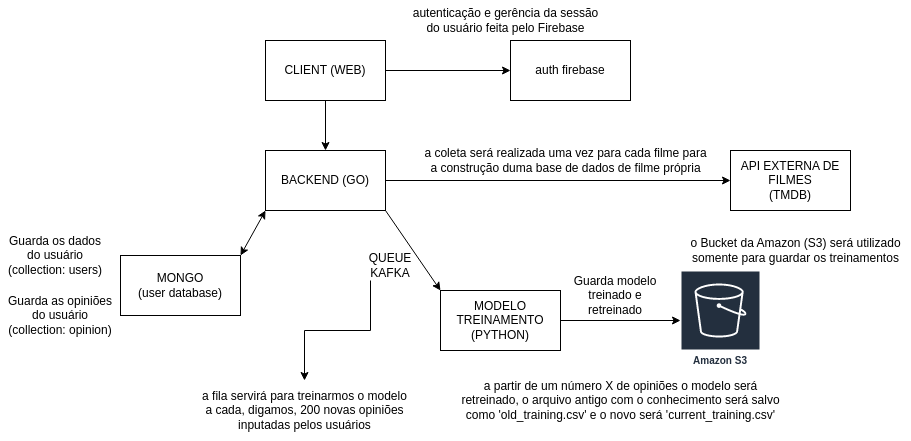
diegolikescode/themoviebakery-backend keeps this draw.io diagram as assets/overall-arch.png. Above is the earlier version. Source tidied: cells renumbered, new cells last; positions are measured from the earlier drawing's top-left corner, leaving out a move shared by most shapes.
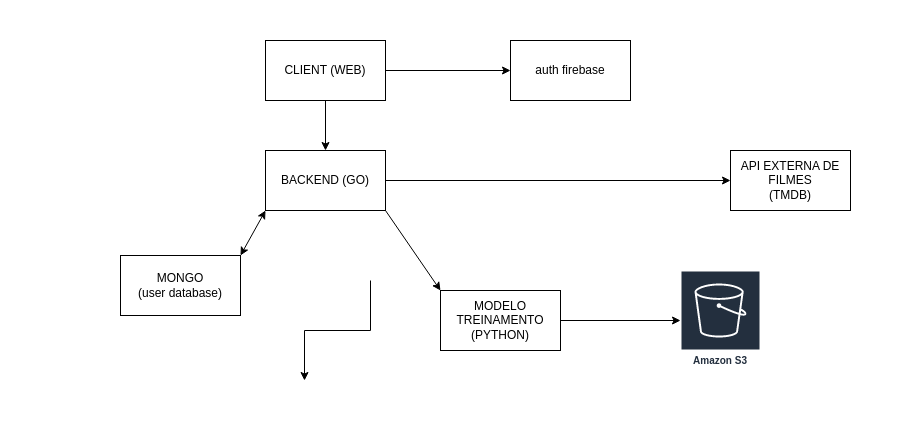
The same file after the commit.

Change to the diagram source:
```diff
@@ -37,7 +37,7 @@
         </Array>
       </mxGeometry>
     </mxCell>
-    <mxCell id="12" value="QUEUE KAFKA" style="text;html=1;strokeColor=none;fillColor=none;align=center;verticalAlign=middle;whiteSpace=wrap;rounded=0;" parent="1" vertex="1">
+    <mxCell id="12" value="QUEUE KAFKA" style="text;html=1;strokeColor=none;fillColor=none;align=center;verticalAlign=middle;whiteSpace=wrap;rounded=0;fontColor=#fff;" parent="1" vertex="1">
       <mxGeometry x="360" y="250" width="60" height="30" as="geometry" />
     </mxCell>
     <mxCell id="13" value="Amazon S3" style="sketch=0;outlineConnect=0;fontColor=#232F3E;gradientColor=none;strokeColor=#ffffff;fillColor=#232F3E;dashed=0;verticalLabelPosition=middle;verticalAlign=bottom;align=center;html=1;whiteSpace=wrap;fontSize=10;fontStyle=1;spacing=3;shape=mxgraph.aws4.productIcon;prIcon=mxgraph.aws4.s3;" parent="1" vertex="1">
@@ -46,34 +46,34 @@
     <mxCell id="14" style="endArrow=classic;html=1;rounded=0;exitX=1;exitY=0.5;exitDx=0;exitDy=0;" parent="1" edge="1" source="7" target="13">
       <mxGeometry relative="1" as="geometry" />
     </mxCell>
-    <mxCell id="15" value="Guarda modelo treinado e retreinado" style="text;html=1;strokeColor=none;fillColor=none;align=center;verticalAlign=middle;whiteSpace=wrap;rounded=0;" parent="1" vertex="1">
+    <mxCell id="15" value="Guarda modelo treinado e retreinado" style="text;html=1;strokeColor=none;fillColor=none;align=center;verticalAlign=middle;whiteSpace=wrap;rounded=0;fontColor=#fff;" parent="1" vertex="1">
       <mxGeometry x="570" y="280" width="90" height="30" as="geometry" />
     </mxCell>
-    <mxCell id="16" value="Guarda os dados do usuário (collection: users)" style="text;html=1;strokeColor=none;fillColor=none;align=center;verticalAlign=middle;whiteSpace=wrap;rounded=0;" parent="1" vertex="1">
+    <mxCell id="16" value="Guarda os dados do usuário (collection: users)" style="text;html=1;strokeColor=none;fillColor=none;align=center;verticalAlign=middle;whiteSpace=wrap;rounded=0;fontColor=#fff;" parent="1" vertex="1">
       <mxGeometry y="240" width="110" height="30" as="geometry" />
     </mxCell>
     <mxCell id="17" value="API EXTERNA DE FILMES&lt;br&gt;(TMDB)" style="rounded=0;whiteSpace=wrap;html=1;" parent="1" vertex="1">
       <mxGeometry x="730" y="150" width="120" height="60" as="geometry" />
     </mxCell>
-    <mxCell id="18" value="a coleta será realizada uma vez para cada filme para &lt;br&gt;a construção duma base de dados de filme própria" style="text;html=1;align=center;verticalAlign=middle;strokeColor=none;fillColor=none;" parent="1" vertex="1">
+    <mxCell id="18" value="a coleta será realizada uma vez para cada filme para &lt;br&gt;a construção duma base de dados de filme própria" style="text;html=1;align=center;verticalAlign=middle;strokeColor=none;fillColor=none;fontColor=#fff;" parent="1" vertex="1">
       <mxGeometry x="410" y="140" width="310" height="40" as="geometry" />
     </mxCell>
-    <mxCell id="19" value="a fila servirá para treinarmos o modelo a cada, digamos, 200 novas opiniões inputadas pelos usuários" style="text;html=1;strokeColor=none;fillColor=none;align=center;verticalAlign=middle;whiteSpace=wrap;rounded=0;" parent="1" vertex="1">
+    <mxCell id="19" value="a fila servirá para treinarmos o modelo a cada, digamos, 200 novas opiniões inputadas pelos usuários" style="text;html=1;strokeColor=none;fillColor=none;align=center;verticalAlign=middle;whiteSpace=wrap;rounded=0;fontColor=#fff;" parent="1" vertex="1">
       <mxGeometry x="197.5" y="380" width="212.5" height="60" as="geometry" />
     </mxCell>
     <mxCell id="20" value="auth firebase" style="rounded=0;whiteSpace=wrap;html=1;" parent="1" vertex="1">
       <mxGeometry x="510" y="40" width="120" height="60" as="geometry" />
     </mxCell>
-    <mxCell id="21" value="autenticação e gerência da sessão&lt;br&gt;do usuário feita pelo Firebase" style="text;html=1;align=center;verticalAlign=middle;strokeColor=none;fillColor=none;" parent="1" vertex="1">
+    <mxCell id="21" value="&lt;font style=&quot;--darkreader-inline-color:#e8e6e3;&quot;&gt;autenticação e gerência da sessão&lt;br&gt;do usuário feita pelo Firebase&lt;/font&gt;" style="text;html=1;align=center;verticalAlign=middle;strokeColor=none;fillColor=none;fontColor=#fff;" parent="1" vertex="1">
       <mxGeometry x="400" width="210" height="40" as="geometry" />
     </mxCell>
-    <mxCell id="22" value="a partir de um número X de opiniões o modelo será&lt;br&gt;retreinado, o arquivo antigo com o conhecimento será salvo&lt;br&gt;como 'old_training.csv' e o novo será 'current_training.csv'" style="text;html=1;align=center;verticalAlign=middle;strokeColor=none;fillColor=none;" parent="1" vertex="1">
+    <mxCell id="22" value="&lt;font style=&quot;--darkreader-inline-color:#e8e6e3;&quot;&gt;a partir de um número X de opiniões o modelo será&lt;br&gt;retreinado, o arquivo antigo com o conhecimento será salvo&lt;br&gt;como 'old_training.csv' e o novo será 'current_training.csv'&lt;/font&gt;" style="text;html=1;align=center;verticalAlign=middle;strokeColor=none;fillColor=none;fontColor=#fff;" parent="1" vertex="1">
       <mxGeometry x="450" y="370" width="340" height="60" as="geometry" />
     </mxCell>
-    <mxCell id="23" value="o Bucket da Amazon (S3) será utilizado&lt;br&gt;somente para guardar os treinamentos" style="text;html=1;align=center;verticalAlign=middle;strokeColor=none;fillColor=none;" parent="1" vertex="1">
+    <mxCell id="23" value="&lt;font style=&quot;--darkreader-inline-color:#e8e6e3;&quot;&gt;o Bucket da Amazon (S3) será utilizado&lt;br&gt;somente para guardar os treinamentos&lt;/font&gt;" style="text;html=1;align=center;verticalAlign=middle;strokeColor=none;fillColor=none;fontColor=#fff;" parent="1" vertex="1">
       <mxGeometry x="680" y="230" width="230" height="40" as="geometry" />
     </mxCell>
-    <mxCell id="24" value="Guarda as opiniões do usuário&lt;br&gt;(collection: opinion)" style="text;html=1;strokeColor=none;fillColor=none;align=center;verticalAlign=middle;whiteSpace=wrap;rounded=0;" parent="1" vertex="1">
+    <mxCell id="24" value="Guarda as opiniões do usuário&lt;br&gt;(collection: opinion)" style="text;html=1;strokeColor=none;fillColor=none;align=center;verticalAlign=middle;whiteSpace=wrap;rounded=0;fontColor=#fff;" parent="1" vertex="1">
       <mxGeometry y="300" width="120" height="30" as="geometry" />
     </mxCell>
   </root>
```
